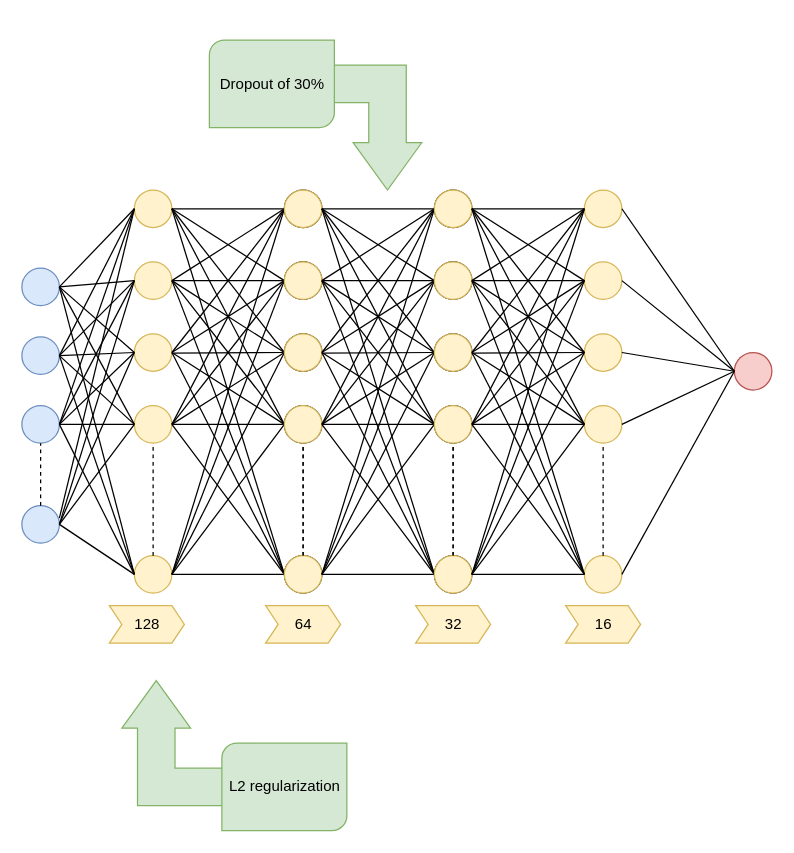
Earlier version of the draw.io diagram Plots and Figures/DeepNN.drawio (jsakhnin/DL_FDI). Source tidied: cells renumbered, new cells numbered last; positions are measured from the earlier drawing's top-left corner, leaving out a move shared by most shapes. Both pictures are drawn from the tidied source at 125%, with x=0, y=0 at pixel (21, 40).
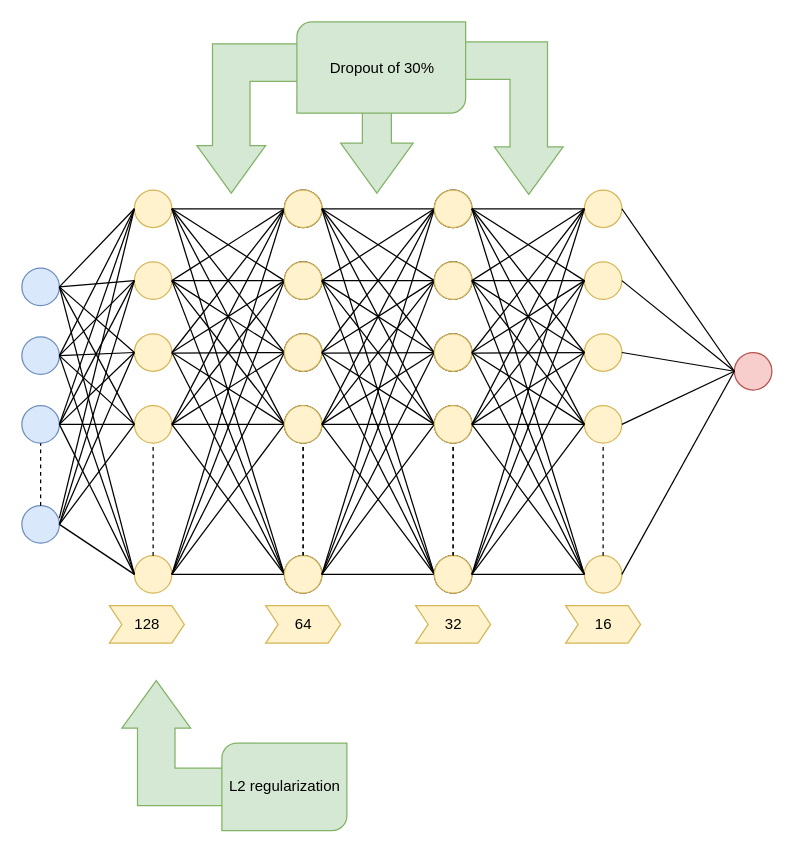
The same page after the edit.

Diff of the diagram source:
```diff
@@
+    <mxCell id="152" style="html=1;shadow=0;dashed=0;align=center;verticalAlign=middle;shape=mxgraph.arrows2.arrow;dy=0.6;dx=40;direction=south;notch=0;fillColor=#d5e8d4;strokeColor=#82b366;" parent="1" vertex="1">
+      <mxGeometry x="255" y="30" width="58" height="92" as="geometry" />
+    </mxCell>
+    <mxCell id="153" style="html=1;shadow=0;dashed=0;align=center;verticalAlign=middle;shape=mxgraph.arrows2.bendDoubleArrow;dy=15;dx=38;arrowHead=55;rounded=0;fillColor=#d5e8d4;strokeColor=#82b366;" parent="1" vertex="1">
+      <mxGeometry x="140" y="-10" width="130" height="132" as="geometry" />
+    </mxCell>
@@
     <mxCell id="144" style="html=1;shadow=0;dashed=0;align=center;verticalAlign=middle;shape=mxgraph.arrows2.bendArrow;dy=15;dx=38;notch=0;arrowHead=55;rounded=0;rotation=90;fillColor=#d5e8d4;strokeColor=#82b366;" parent="1" vertex="1">
-      <mxGeometry x="220" y="19.5" width="100" height="100" as="geometry" />
+      <mxGeometry x="330" y="20" width="122" height="84" as="geometry" />
     </mxCell>
     <mxCell id="145" value="Dropout of 30%" style="verticalLabelPosition=middle;verticalAlign=middle;html=1;shape=mxgraph.basic.diag_round_rect;dx=6;labelPosition=center;align=center;fillColor=#d5e8d4;strokeColor=#82b366;" parent="1" vertex="1">
-      <mxGeometry x="150" y="-0.5" width="100" height="70" as="geometry" />
+      <mxGeometry x="220" y="-15" width="135" height="73" as="geometry" />
     </mxCell>
```
